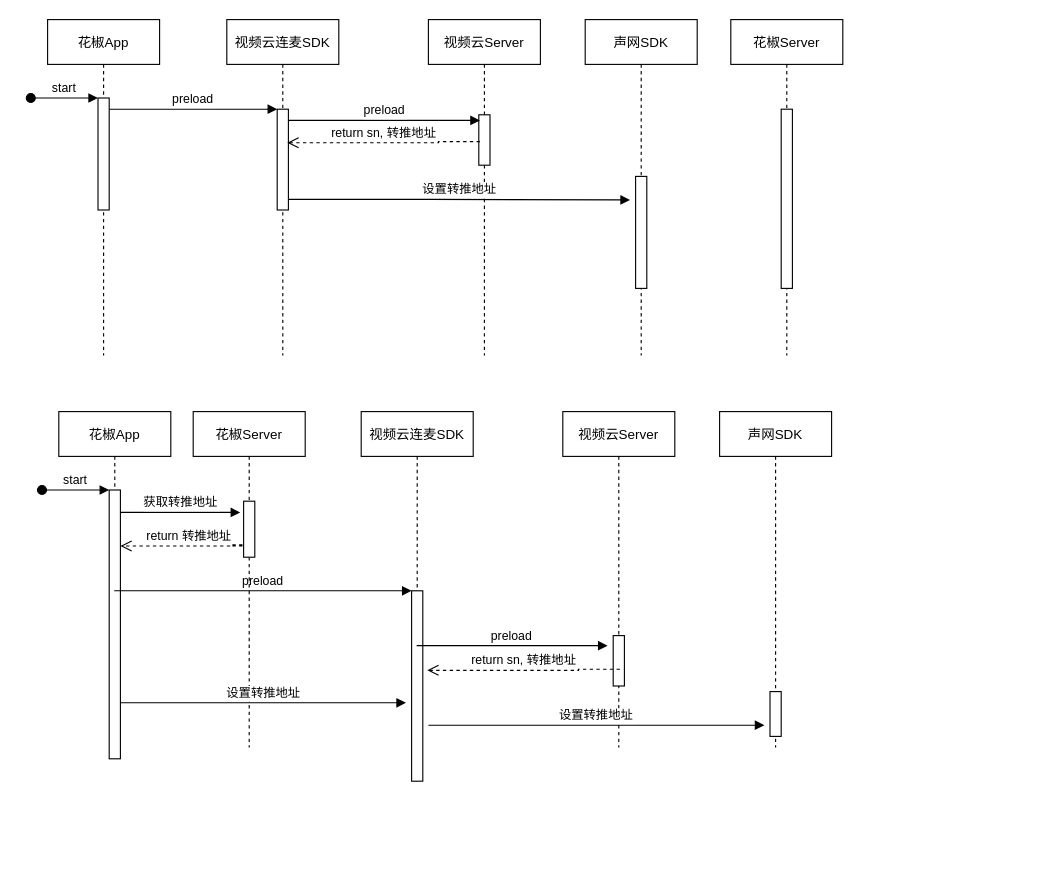
Fairtoys/Diagrams keeps this draw.io diagram as linkmic.drawio. Above is the earlier version. Source tidied: cells renumbered, new cells numbered last; positions are measured from the earlier drawing's top-left corner, leaving out a move shared by most shapes. Both pictures are drawn from the tidied source at 112%, with x=0, y=0 at pixel (30, 19).
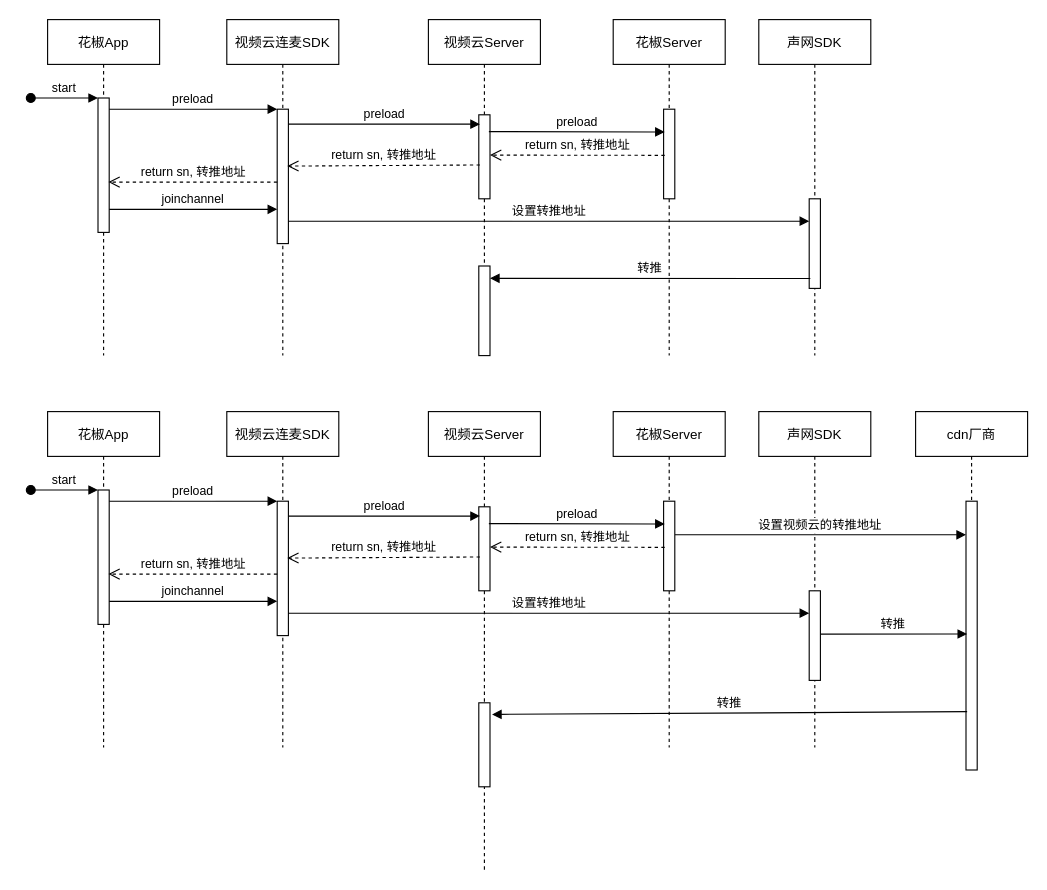
The same page after the edit.

Unchanged cells that the change refers to:
```xml
<mxCell id="2" value="花椒App" style="shape=umlLifeline;perimeter=lifelinePerimeter;rounded=0;shadow=0;strokeWidth=1;" parent="1" vertex="1">
  <mxGeometry x="15" width="100" height="300" as="geometry" />
</mxCell>
<mxCell id="5" value="视频云连麦SDK" style="shape=umlLifeline;perimeter=lifelinePerimeter;rounded=0;shadow=0;strokeWidth=1;" parent="1" vertex="1">
  <mxGeometry x="175" width="100" height="300" as="geometry" />
</mxCell>
<mxCell id="10" value="视频云Server" style="shape=umlLifeline;perimeter=lifelinePerimeter;rounded=0;shadow=0;strokeWidth=1;" parent="1" vertex="1">
  <mxGeometry x="355" width="100" height="300" as="geometry" />
</mxCell>
```

Change to the diagram source:
```diff
@@
     <mxCell id="3" style="points=[];perimeter=orthogonalPerimeter;rounded=0;shadow=0;strokeWidth=1;" parent="2" vertex="1">
-      <mxGeometry x="45" y="70" width="10" height="100" as="geometry" />
+      <mxGeometry x="45" y="70" width="10" height="120" as="geometry" />
     </mxCell>
@@
     <mxCell id="6" style="points=[];perimeter=orthogonalPerimeter;rounded=0;shadow=0;strokeWidth=1;" parent="5" vertex="1">
-      <mxGeometry x="45" y="80" width="10" height="90" as="geometry" />
+      <mxGeometry x="45" y="80" width="10" height="120" as="geometry" />
     </mxCell>
@@
     <mxCell id="8" value="声网SDK" style="shape=umlLifeline;perimeter=lifelinePerimeter;rounded=0;shadow=0;strokeWidth=1;" parent="1" vertex="1">
-      <mxGeometry x="495" width="100" height="300" as="geometry" />
+      <mxGeometry x="650" width="100" height="300" as="geometry" />
     </mxCell>
     <mxCell id="9" style="points=[];perimeter=orthogonalPerimeter;rounded=0;shadow=0;strokeWidth=1;" parent="8" vertex="1">
-      <mxGeometry x="45" y="140" width="10" height="100" as="geometry" />
+      <mxGeometry x="45" y="160" width="10" height="80" as="geometry" />
     </mxCell>
@@
     <mxCell id="11" style="points=[];perimeter=orthogonalPerimeter;rounded=0;shadow=0;strokeWidth=1;" parent="10" vertex="1">
-      <mxGeometry x="45" y="85" width="10" height="45" as="geometry" />
+      <mxGeometry x="45" y="85" width="10" height="75" as="geometry" />
     </mxCell>
-    <mxCell id="12" value="花椒Server" style="shape=umlLifeline;perimeter=lifelinePerimeter;rounded=0;shadow=0;strokeWidth=1;" parent="1" vertex="1">
-      <mxGeometry x="625" width="100" height="300" as="geometry" />
-    </mxCell>
-    <mxCell id="13" style="perimeter=orthogonalPerimeter;rounded=0;shadow=0;strokeWidth=1;" parent="12" vertex="1">
-      <mxGeometry x="45" y="80" width="10" height="160" as="geometry" />
-    </mxCell>
+    <mxCell id="35" style="perimeter=orthogonalPerimeter;rounded=0;shadow=0;strokeWidth=1;" parent="10" vertex="1">
+      <mxGeometry x="45" y="220" width="10" height="80" as="geometry" />
+    </mxCell>
     <mxCell id="14" value="preload" style="verticalAlign=bottom;endArrow=block;shadow=0;strokeWidth=1;entryX=0.1;entryY=0.111;entryDx=0;entryDy=0;entryPerimeter=0;" parent="1" edge="1" source="6" target="11">
-      <mxGeometry relative="1" as="geometry">
-        <Array as="points">
-          <mxPoint x="305" y="90" />
-          <mxPoint x="355" y="90" />
-        </Array>
-      </mxGeometry>
+      <mxGeometry relative="1" as="geometry" />
     </mxCell>
-    <mxCell id="15" value="&amp;nbsp;return sn, 转推地址&amp;nbsp;" style="html=1;verticalAlign=bottom;endArrow=open;dashed=1;endSize=8;rounded=0;edgeStyle=orthogonalEdgeStyle;" parent="1" edge="1">
+    <mxCell id="15" value="&amp;nbsp;return sn, 转推地址&amp;nbsp;" style="html=1;verticalAlign=bottom;endArrow=open;dashed=1;endSize=8;rounded=0;" parent="1" edge="1">
       <mxGeometry relative="1" as="geometry">
-        <mxPoint x="401" y="109" as="sourcePoint" />
-        <mxPoint x="229" y="110" as="targetPoint" />
-        <Array as="points">
-          <mxPoint x="364" y="109" />
-          <mxPoint x="364" y="110" />
-        </Array>
+        <mxPoint x="401" y="129.8" as="sourcePoint" />
+        <mxPoint x="229" y="130.8" as="targetPoint" />
       </mxGeometry>
     </mxCell>
-    <mxCell id="16" value="设置转推地址" style="verticalAlign=bottom;endArrow=block;shadow=0;strokeWidth=1;" parent="1" edge="1" source="6">
+    <mxCell id="16" value="设置转推地址" style="verticalAlign=bottom;endArrow=block;shadow=0;strokeWidth=1;" parent="1" edge="1" source="6" target="9">
       <mxGeometry relative="1" as="geometry">
-        <mxPoint x="535" y="161" as="targetPoint" />
         <Array as="points">
-          <mxPoint x="295" y="160.5" />
-          <mxPoint x="345" y="160.5" />
+          <mxPoint x="300" y="180" />
         </Array>
       </mxGeometry>
     </mxCell>
+    <mxCell id="36" value="&amp;nbsp;return sn, 转推地址&amp;nbsp;" style="html=1;verticalAlign=bottom;endArrow=open;dashed=1;endSize=8;rounded=0;entryX=0.933;entryY=0.553;entryDx=0;entryDy=0;entryPerimeter=0;" parent="1" edge="1">
+      <mxGeometry relative="1" as="geometry">
+        <mxPoint x="220" y="145.1" as="sourcePoint" />
+        <mxPoint x="69.3" y="145.1" as="targetPoint" />
+      </mxGeometry>
+    </mxCell>
+    <mxCell id="37" value="joinchannel" style="verticalAlign=bottom;endArrow=block;entryX=0;entryY=0;shadow=0;strokeWidth=1;" parent="1" edge="1">
+      <mxGeometry relative="1" as="geometry">
+        <mxPoint x="70" y="169.4" as="sourcePoint" />
+        <mxPoint x="220" y="169.4" as="targetPoint" />
+      </mxGeometry>
+    </mxCell>
+    <mxCell id="38" value="花椒Server" style="shape=umlLifeline;perimeter=lifelinePerimeter;rounded=0;shadow=0;strokeWidth=1;" parent="1" vertex="1">
+      <mxGeometry x="520" width="100" height="300" as="geometry" />
+    </mxCell>
+    <mxCell id="39" style="points=[];perimeter=orthogonalPerimeter;rounded=0;shadow=0;strokeWidth=1;" parent="38" vertex="1">
+      <mxGeometry x="45" y="80" width="10" height="80" as="geometry" />
+    </mxCell>
+    <mxCell id="40" value="preload" style="verticalAlign=bottom;endArrow=block;shadow=0;strokeWidth=1;entryX=0.1;entryY=0.254;entryDx=0;entryDy=0;entryPerimeter=0;" parent="1" edge="1" target="39">
+      <mxGeometry relative="1" as="geometry">
+        <mxPoint x="409" y="100" as="sourcePoint" />
+      </mxGeometry>
+    </mxCell>
+    <mxCell id="41" value="&amp;nbsp;return sn, 转推地址&amp;nbsp;" style="html=1;verticalAlign=bottom;endArrow=open;dashed=1;endSize=8;rounded=0;exitX=0.1;exitY=0.515;exitDx=0;exitDy=0;exitPerimeter=0;" parent="1" edge="1" source="39">
+      <mxGeometry relative="1" as="geometry">
+        <mxPoint x="410" y="121" as="targetPoint" />
+      </mxGeometry>
+    </mxCell>
+    <mxCell id="42" value="cdn厂商" style="shape=umlLifeline;perimeter=lifelinePerimeter;rounded=0;shadow=0;strokeWidth=1;" parent="1" vertex="1">
+      <mxGeometry x="790" y="350" width="100" height="320" as="geometry" />
+    </mxCell>
+    <mxCell id="43" style="points=[];perimeter=orthogonalPerimeter;rounded=0;shadow=0;strokeWidth=1;" parent="42" vertex="1">
+      <mxGeometry x="45" y="80" width="10" height="240" as="geometry" />
+    </mxCell>
     <mxCell id="17" value="花椒App" style="shape=umlLifeline;perimeter=lifelinePerimeter;rounded=0;shadow=0;strokeWidth=1;" parent="1" vertex="1">
-      <mxGeometry x="25" y="350" width="100" height="310" as="geometry" />
+      <mxGeometry x="15" y="350" width="100" height="300" as="geometry" />
     </mxCell>
-    <mxCell id="18" style="points=[];perimeter=orthogonalPerimeter;rounded=0;shadow=0;strokeWidth=1;" parent="17" vertex="1">
-      <mxGeometry x="45" y="70" width="10" height="240" as="geometry" />
-    </mxCell>
+    <mxCell id="44" style="points=[];perimeter=orthogonalPerimeter;rounded=0;shadow=0;strokeWidth=1;" parent="17" vertex="1">
+      <mxGeometry x="45" y="70" width="10" height="120" as="geometry" />
+    </mxCell>
-    <mxCell id="19" value="start" style="verticalAlign=bottom;startArrow=oval;endArrow=block;startSize=8;shadow=0;strokeWidth=1;" parent="17" edge="1" target="18">
+    <mxCell id="19" value="start" style="verticalAlign=bottom;startArrow=oval;endArrow=block;startSize=8;shadow=0;strokeWidth=1;" parent="17" edge="1" target="44">
       <mxGeometry relative="1" as="geometry">
         <mxPoint x="-15" y="70" as="sourcePoint" />
       </mxGeometry>
     </mxCell>
-    <mxCell id="20" value="获取转推地址" style="verticalAlign=bottom;endArrow=block;entryX=-0.3;entryY=0.2;shadow=0;strokeWidth=1;entryDx=0;entryDy=0;entryPerimeter=0;" parent="17" edge="1" target="30">
-      <mxGeometry relative="1" as="geometry">
-        <mxPoint x="55" y="90" as="sourcePoint" />
-      </mxGeometry>
-    </mxCell>
-    <mxCell id="21" value="&amp;nbsp;return 转推地址&amp;nbsp;" style="html=1;verticalAlign=bottom;endArrow=open;dashed=1;endSize=8;rounded=0;edgeStyle=orthogonalEdgeStyle;" parent="17" edge="1">
-      <mxGeometry relative="1" as="geometry">
-        <mxPoint x="155" y="120" as="sourcePoint" />
-        <mxPoint x="55" y="120" as="targetPoint" />
-        <Array as="points">
-          <mxPoint x="165" y="119" />
-          <mxPoint x="155" y="119" />
-          <mxPoint x="155" y="120" />
-        </Array>
-      </mxGeometry>
-    </mxCell>
     <mxCell id="22" value="视频云连麦SDK" style="shape=umlLifeline;perimeter=lifelinePerimeter;rounded=0;shadow=0;strokeWidth=1;" parent="1" vertex="1">
-      <mxGeometry x="295" y="350" width="100" height="330" as="geometry" />
+      <mxGeometry x="175" y="350" width="100" height="300" as="geometry" />
     </mxCell>
-    <mxCell id="23" style="points=[];perimeter=orthogonalPerimeter;rounded=0;shadow=0;strokeWidth=1;" parent="22" vertex="1">
-      <mxGeometry x="45" y="160" width="10" height="170" as="geometry" />
-    </mxCell>
+    <mxCell id="45" style="points=[];perimeter=orthogonalPerimeter;rounded=0;shadow=0;strokeWidth=1;" parent="22" vertex="1">
+      <mxGeometry x="45" y="80" width="10" height="120" as="geometry" />
+    </mxCell>
-    <mxCell id="24" value="preload" style="verticalAlign=bottom;endArrow=block;entryX=0;entryY=0;shadow=0;strokeWidth=1;" parent="1" edge="1" source="17" target="23">
+    <mxCell id="24" value="preload" style="verticalAlign=bottom;endArrow=block;entryX=0;entryY=0;shadow=0;strokeWidth=1;" parent="1" edge="1" source="44" target="45">
       <mxGeometry relative="1" as="geometry" />
     </mxCell>
     <mxCell id="25" value="声网SDK" style="shape=umlLifeline;perimeter=lifelinePerimeter;rounded=0;shadow=0;strokeWidth=1;" parent="1" vertex="1">
-      <mxGeometry x="615" y="350" width="100" height="300" as="geometry" />
+      <mxGeometry x="650" y="350" width="100" height="300" as="geometry" />
     </mxCell>
-    <mxCell id="26" style="perimeter=orthogonalPerimeter;rounded=0;shadow=0;strokeWidth=1;" parent="25" vertex="1">
-      <mxGeometry x="45" y="250" width="10" height="40" as="geometry" />
-    </mxCell>
+    <mxCell id="46" style="points=[];perimeter=orthogonalPerimeter;rounded=0;shadow=0;strokeWidth=1;" parent="25" vertex="1">
+      <mxGeometry x="45" y="160" width="10" height="80" as="geometry" />
+    </mxCell>
+    <mxCell id="47" value="设置视频云的转推地址" style="verticalAlign=bottom;endArrow=block;shadow=0;strokeWidth=1;" parent="25" edge="1" target="43">
+      <mxGeometry relative="1" as="geometry">
+        <mxPoint x="-75" y="110" as="sourcePoint" />
+      </mxGeometry>
+    </mxCell>
     <mxCell id="27" value="视频云Server" style="shape=umlLifeline;perimeter=lifelinePerimeter;rounded=0;shadow=0;strokeWidth=1;" parent="1" vertex="1">
-      <mxGeometry x="475" y="350" width="100" height="300" as="geometry" />
+      <mxGeometry x="355" y="350" width="100" height="410" as="geometry" />
     </mxCell>
-    <mxCell id="28" style="perimeter=orthogonalPerimeter;rounded=0;shadow=0;strokeWidth=1;" parent="27" vertex="1">
-      <mxGeometry x="45" y="200" width="10" height="45" as="geometry" />
-    </mxCell>
-    <mxCell id="29" value="花椒Server" style="shape=umlLifeline;perimeter=lifelinePerimeter;rounded=0;shadow=0;strokeWidth=1;" parent="1" vertex="1">
-      <mxGeometry x="145" y="350" width="100" height="300" as="geometry" />
-    </mxCell>
-    <mxCell id="30" style="points=[];perimeter=orthogonalPerimeter;rounded=0;shadow=0;strokeWidth=1;" parent="29" vertex="1">
-      <mxGeometry x="45" y="80" width="10" height="50" as="geometry" />
-    </mxCell>
-    <mxCell id="31" value="设置转推地址" style="verticalAlign=bottom;endArrow=block;shadow=0;strokeWidth=1;" parent="29" edge="1">
-      <mxGeometry relative="1" as="geometry">
-        <mxPoint x="-65" y="260" as="sourcePoint" />
-        <mxPoint x="190" y="260" as="targetPoint" />
-      </mxGeometry>
-    </mxCell>
-    <mxCell id="32" value="preload" style="verticalAlign=bottom;endArrow=block;shadow=0;strokeWidth=1;" parent="1" edge="1" source="22">
-      <mxGeometry relative="1" as="geometry">
-        <mxPoint x="515" y="559" as="targetPoint" />
-      </mxGeometry>
-    </mxCell>
-    <mxCell id="33" value="&amp;nbsp;return sn, 转推地址&amp;nbsp;" style="html=1;verticalAlign=bottom;endArrow=open;dashed=1;endSize=8;rounded=0;edgeStyle=orthogonalEdgeStyle;" parent="1" edge="1">
-      <mxGeometry relative="1" as="geometry">
-        <mxPoint x="526" y="580" as="sourcePoint" />
-        <mxPoint x="354" y="581" as="targetPoint" />
-        <Array as="points">
-          <mxPoint x="489" y="580" />
-          <mxPoint x="489" y="581" />
-        </Array>
-      </mxGeometry>
-    </mxCell>
-    <mxCell id="34" value="设置转推地址" style="verticalAlign=bottom;endArrow=block;shadow=0;strokeWidth=1;" parent="1" edge="1">
-      <mxGeometry relative="1" as="geometry">
-        <mxPoint x="355" y="630" as="sourcePoint" />
-        <mxPoint x="655" y="630" as="targetPoint" />
-      </mxGeometry>
-    </mxCell>
+    <mxCell id="48" style="points=[];perimeter=orthogonalPerimeter;rounded=0;shadow=0;strokeWidth=1;" parent="27" vertex="1">
+      <mxGeometry x="45" y="85" width="10" height="75" as="geometry" />
+    </mxCell>
+    <mxCell id="49" style="points=[];perimeter=orthogonalPerimeter;rounded=0;shadow=0;strokeWidth=1;" parent="27" vertex="1">
+      <mxGeometry x="45" y="260" width="10" height="75" as="geometry" />
+    </mxCell>
+    <mxCell id="50" value="preload" style="verticalAlign=bottom;endArrow=block;shadow=0;strokeWidth=1;entryX=0.1;entryY=0.111;entryDx=0;entryDy=0;entryPerimeter=0;" parent="1" edge="1" source="45" target="48">
+      <mxGeometry relative="1" as="geometry" />
+    </mxCell>
+    <mxCell id="51" value="&amp;nbsp;return sn, 转推地址&amp;nbsp;" style="html=1;verticalAlign=bottom;endArrow=open;dashed=1;endSize=8;rounded=0;" parent="1" edge="1">
+      <mxGeometry relative="1" as="geometry">
+        <mxPoint x="401" y="479.8" as="sourcePoint" />
+        <mxPoint x="229" y="480.8" as="targetPoint" />
+      </mxGeometry>
+    </mxCell>
+    <mxCell id="52" value="设置转推地址" style="verticalAlign=bottom;endArrow=block;shadow=0;strokeWidth=1;" parent="1" edge="1" source="45" target="46">
+      <mxGeometry relative="1" as="geometry">
+        <Array as="points">
+          <mxPoint x="300" y="530" />
+        </Array>
+      </mxGeometry>
+    </mxCell>
+    <mxCell id="53" value="&amp;nbsp;return sn, 转推地址&amp;nbsp;" style="html=1;verticalAlign=bottom;endArrow=open;dashed=1;endSize=8;rounded=0;entryX=0.933;entryY=0.553;entryDx=0;entryDy=0;entryPerimeter=0;" parent="1" edge="1">
+      <mxGeometry relative="1" as="geometry">
+        <mxPoint x="220" y="495.1" as="sourcePoint" />
+        <mxPoint x="69.3" y="495.1" as="targetPoint" />
+      </mxGeometry>
+    </mxCell>
+    <mxCell id="54" value="joinchannel" style="verticalAlign=bottom;endArrow=block;entryX=0;entryY=0;shadow=0;strokeWidth=1;" parent="1" edge="1">
+      <mxGeometry relative="1" as="geometry">
+        <mxPoint x="70" y="519.4" as="sourcePoint" />
+        <mxPoint x="220" y="519.4" as="targetPoint" />
+      </mxGeometry>
+    </mxCell>
+    <mxCell id="55" value="花椒Server" style="shape=umlLifeline;perimeter=lifelinePerimeter;rounded=0;shadow=0;strokeWidth=1;" parent="1" vertex="1">
+      <mxGeometry x="520" y="350" width="100" height="300" as="geometry" />
+    </mxCell>
+    <mxCell id="56" style="points=[];perimeter=orthogonalPerimeter;rounded=0;shadow=0;strokeWidth=1;" parent="55" vertex="1">
+      <mxGeometry x="45" y="80" width="10" height="80" as="geometry" />
+    </mxCell>
+    <mxCell id="57" value="preload" style="verticalAlign=bottom;endArrow=block;shadow=0;strokeWidth=1;entryX=0.1;entryY=0.254;entryDx=0;entryDy=0;entryPerimeter=0;" parent="1" edge="1" target="56">
+      <mxGeometry relative="1" as="geometry">
+        <mxPoint x="409" y="450" as="sourcePoint" />
+      </mxGeometry>
+    </mxCell>
+    <mxCell id="58" value="&amp;nbsp;return sn, 转推地址&amp;nbsp;" style="html=1;verticalAlign=bottom;endArrow=open;dashed=1;endSize=8;rounded=0;exitX=0.1;exitY=0.515;exitDx=0;exitDy=0;exitPerimeter=0;" parent="1" edge="1" source="56">
+      <mxGeometry relative="1" as="geometry">
+        <mxPoint x="410" y="471" as="targetPoint" />
+      </mxGeometry>
+    </mxCell>
+    <mxCell id="59" value="转推" style="verticalAlign=bottom;endArrow=block;shadow=0;strokeWidth=1;entryX=0.1;entryY=0.494;entryDx=0;entryDy=0;entryPerimeter=0;exitX=1.017;exitY=0.483;exitDx=0;exitDy=0;exitPerimeter=0;" parent="1" edge="1" source="46" target="43">
+      <mxGeometry relative="1" as="geometry" />
+    </mxCell>
+    <mxCell id="60" value="转推" style="verticalAlign=bottom;endArrow=block;shadow=0;strokeWidth=1;entryX=1.183;entryY=0.138;entryDx=0;entryDy=0;entryPerimeter=0;exitX=0.1;exitY=0.783;exitDx=0;exitDy=0;exitPerimeter=0;" parent="1" edge="1" source="43" target="49">
+      <mxGeometry relative="1" as="geometry" />
+    </mxCell>
+    <mxCell id="61" value="转推" style="verticalAlign=bottom;endArrow=block;shadow=0;strokeWidth=1;exitX=0.1;exitY=0.89;exitDx=0;exitDy=0;exitPerimeter=0;" parent="1" edge="1" source="9">
+      <mxGeometry relative="1" as="geometry">
+        <mxPoint x="410" y="231" as="targetPoint" />
+      </mxGeometry>
+    </mxCell>
```
